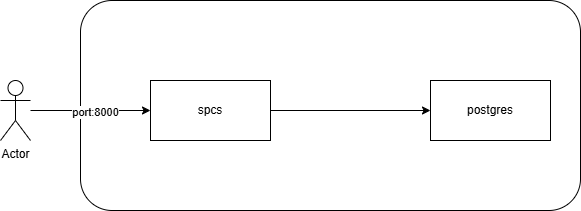
Above: spcs_pg_test.drawio.png in ex-ture/snowflake_spcs_pg_sample (draw.io), before the change. Source tidied: cells renumbered, new cells last; positions are measured from the earlier drawing's top-left corner, leaving out a move shared by most shapes. Source of this version:
```xml
<mxGraphModel>
  <root>
    <mxCell id="0" />
    <mxCell id="1" parent="0" />
    <mxCell id="2" style="rounded=1;whiteSpace=wrap;html=1;" parent="1" vertex="1">
      <mxGeometry x="80" width="500" height="210" as="geometry" />
    </mxCell>
    <mxCell id="3" value="spcs" style="rounded=0;whiteSpace=wrap;html=1;" parent="1" vertex="1">
      <mxGeometry x="150" y="80" width="120" height="60" as="geometry" />
    </mxCell>
    <mxCell id="4" value="postgres" style="rounded=0;whiteSpace=wrap;html=1;" parent="1" vertex="1">
      <mxGeometry x="430" y="80" width="120" height="60" as="geometry" />
    </mxCell>
    <mxCell id="5" style="endArrow=classic;html=1;exitX=1;exitY=0.5;exitDx=0;exitDy=0;entryX=0;entryY=0.5;entryDx=0;entryDy=0;" parent="1" edge="1" source="3" target="4">
      <mxGeometry relative="1" as="geometry" />
    </mxCell>
    <mxCell id="6" value="Actor" style="shape=umlActor;verticalLabelPosition=bottom;verticalAlign=top;html=1;outlineConnect=0;" parent="1" vertex="1">
      <mxGeometry y="80" width="30" height="60" as="geometry" />
    </mxCell>
    <mxCell id="7" style="endArrow=classic;html=1;entryX=0;entryY=0.5;entryDx=0;entryDy=0;" parent="1" edge="1" source="6" target="3">
      <mxGeometry relative="1" as="geometry" />
    </mxCell>
    <mxCell id="8" value="port:8000" style="edgeLabel;html=1;align=center;verticalAlign=middle;" parent="7" vertex="1">
      <mxGeometry x="0.07" y="-1" relative="1" as="geometry" />
    </mxCell>
  </root>
</mxGraphModel>
```
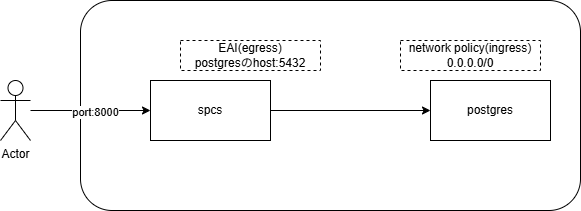
The same file after the commit.

Change to the diagram source:
```diff
@@ -23,5 +23,11 @@
     <mxCell id="8" value="port:8000" style="edgeLabel;html=1;align=center;verticalAlign=middle;" parent="7" vertex="1">
       <mxGeometry x="0.07" y="-1" relative="1" as="geometry" />
     </mxCell>
+    <mxCell id="9" value="EAI(egress)&lt;div&gt;postgresのhost:5432&lt;/div&gt;" style="text;html=1;align=center;verticalAlign=middle;whiteSpace=wrap;rounded=0;dashed=1;strokeColor=default;" parent="1" vertex="1">
+      <mxGeometry x="180" y="40" width="140" height="30" as="geometry" />
+    </mxCell>
+    <mxCell id="10" value="network policy(ingress)&lt;div&gt;0.0.0.0/0&lt;/div&gt;" style="text;html=1;align=center;verticalAlign=middle;whiteSpace=wrap;rounded=0;strokeColor=default;dashed=1;" parent="1" vertex="1">
+      <mxGeometry x="400" y="40" width="140" height="30" as="geometry" />
+    </mxCell>
   </root>
 </mxGraphModel>
```
